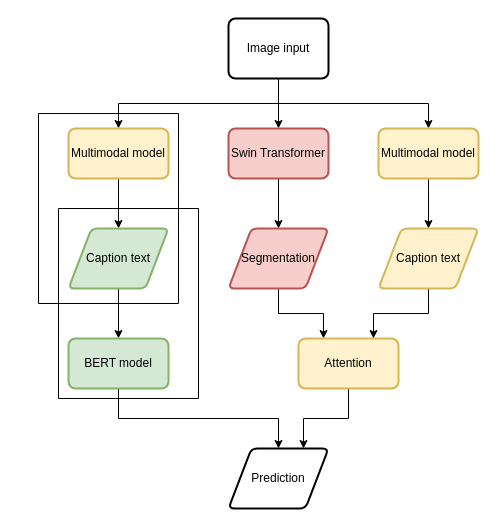
Before: Architecture.drawio in MingNarongthat/Anomaly_Transformers, a draw.io diagram. Source tidied: cells renumbered, new cells numbered last; positions are measured from the earlier drawing's top-left corner, leaving out a move shared by most shapes. Both pictures are drawn from the tidied source at 100%, with x=0, y=0 at pixel (38, 18).
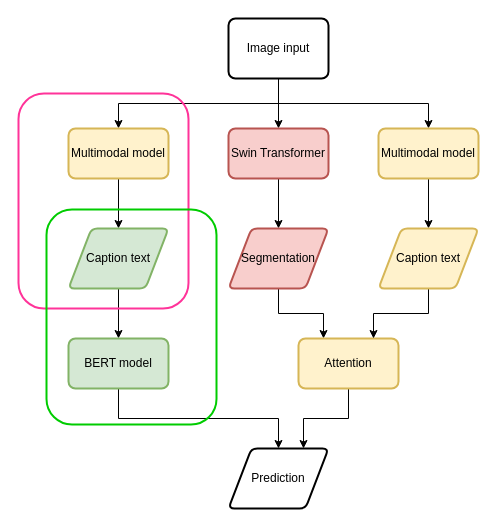
The same page after the edit.

What changed in the source:
```diff
@@
-    <mxCell id="24" style="swimlane;startSize=0;" parent="1" vertex="1">
-      <mxGeometry x="20" y="190" width="140" height="190" as="geometry" />
-    </mxCell>
-    <mxCell id="25" style="swimlane;startSize=0;" parent="24" vertex="1">
-      <mxGeometry x="-20" y="-95" width="140" height="190" as="geometry" />
-    </mxCell>
+    <mxCell id="26" style="rounded=1;whiteSpace=wrap;html=1;gradientColor=default;fillColor=none;strokeColor=#FF3399;strokeWidth=2;" parent="1" vertex="1">
+      <mxGeometry x="-20" y="75" width="170" height="215" as="geometry" />
+    </mxCell>
+    <mxCell id="27" style="rounded=1;whiteSpace=wrap;html=1;gradientColor=default;fillColor=none;strokeColor=#00CC00;strokeWidth=2;" parent="1" vertex="1">
+      <mxGeometry x="8" y="191" width="170" height="215" as="geometry" />
+    </mxCell>
```
